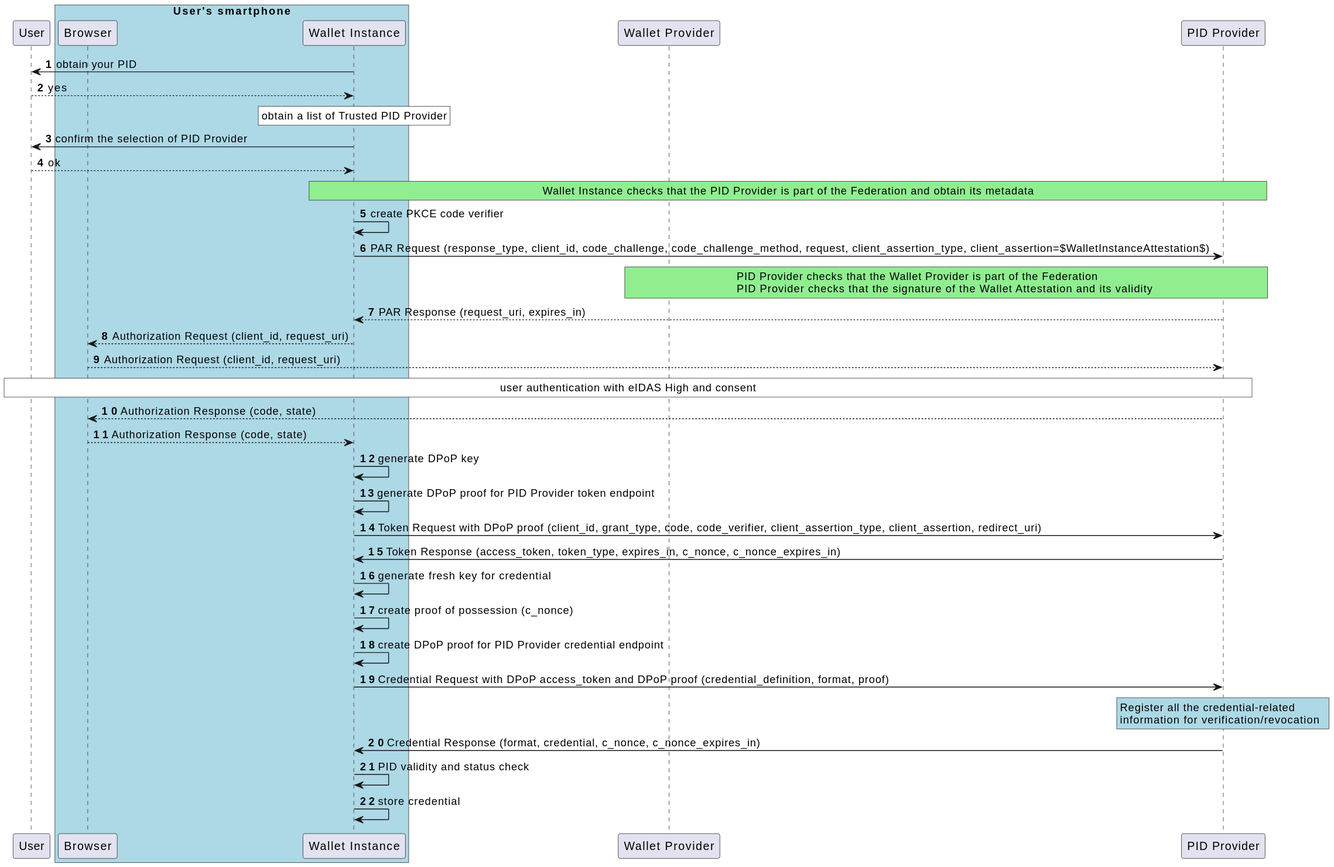
Earlier version of the PlantUML export images/Low-Level-Flow-EUDIW-PID-Issuing.svg (italia/eudi-wallet-it-docs).
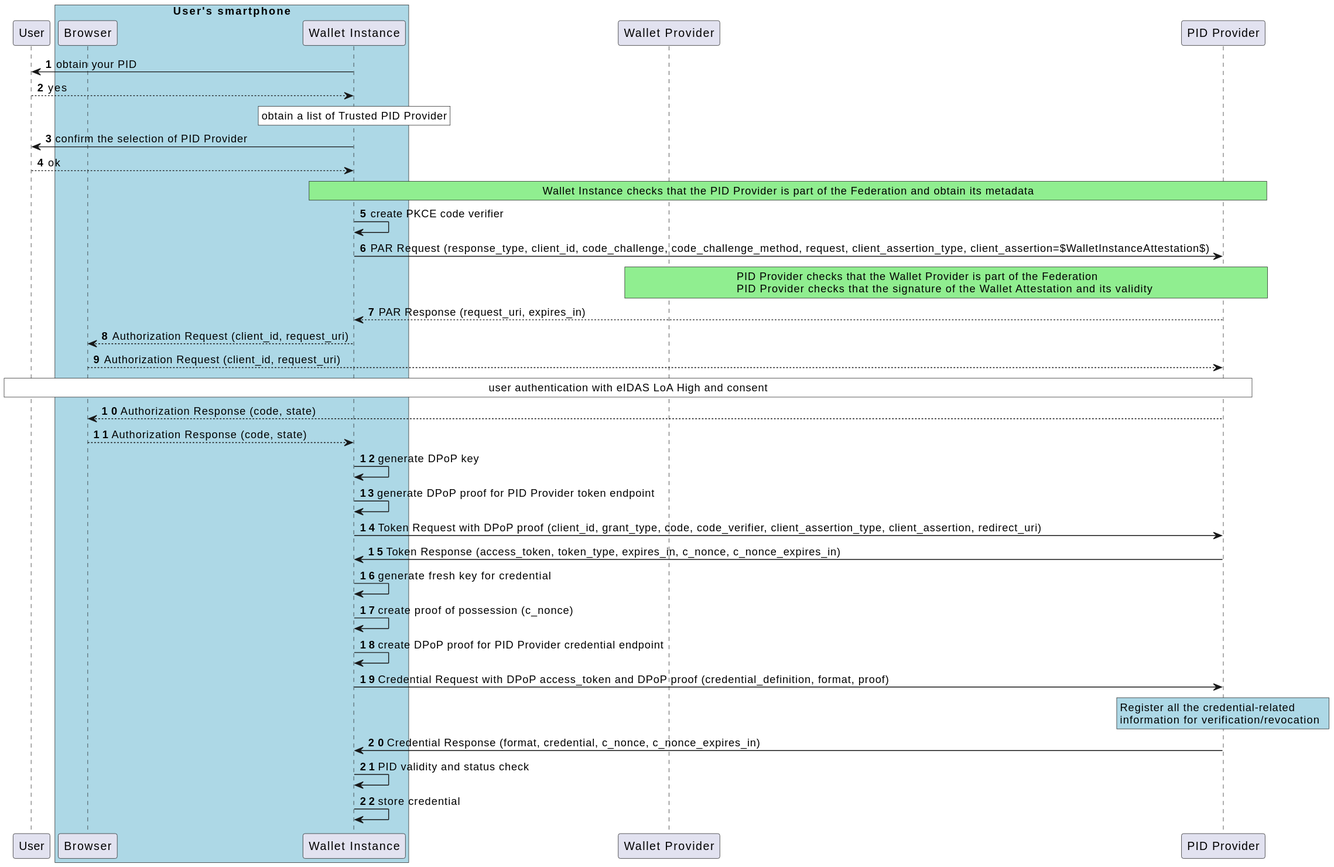
The same diagram one commit later.

Change to the diagram source:
```diff
@@ -46,7 +46,7 @@
 
 
 rnote over i,u #WHITE
-user authentication with eIDAS High and consent
+user authentication with eIDAS LoA High and consent
 endrnote
 
 i --> ua : Authorization Response (code, state)
```
